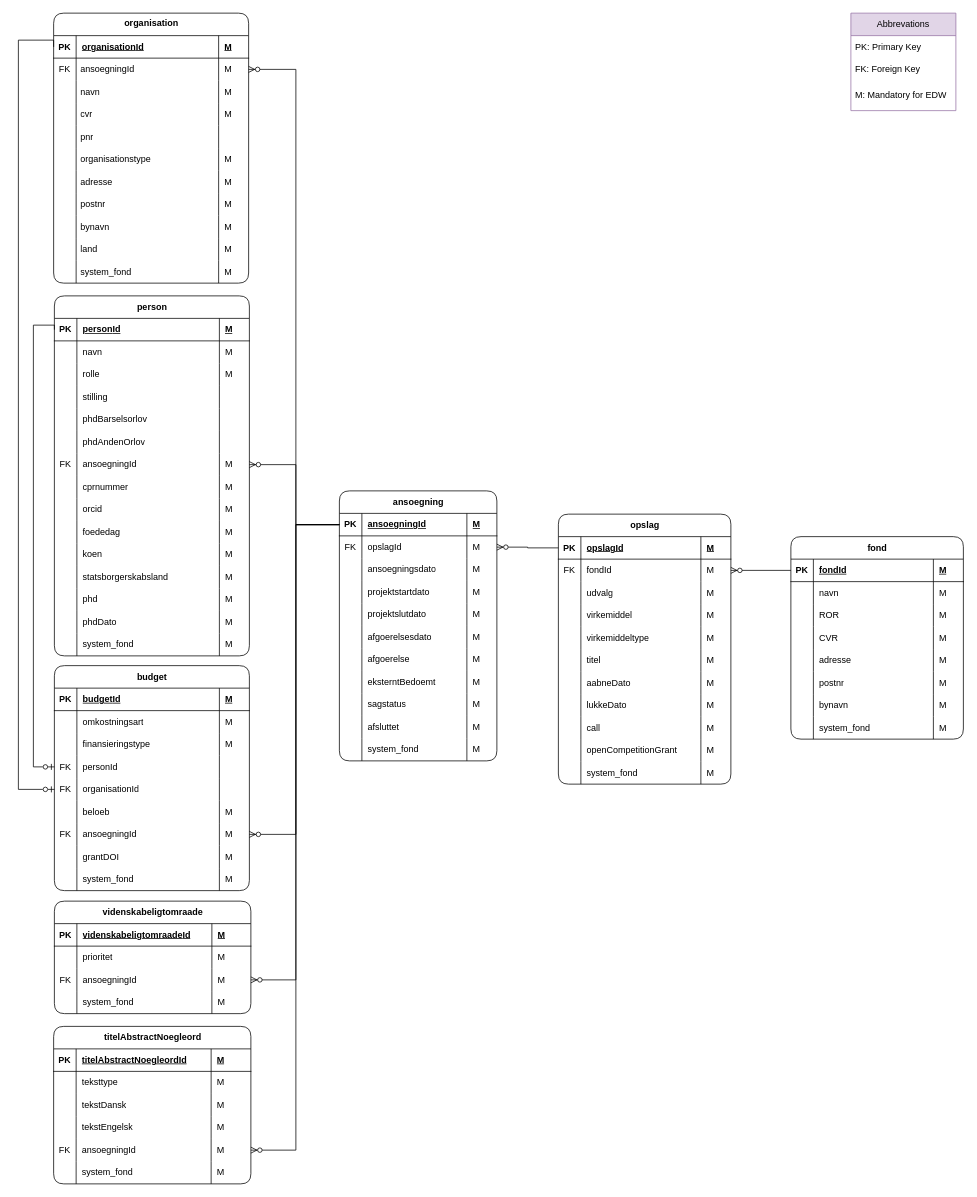
Earlier version of the draw.io diagram page "Ny EDW" (4 of 5) of Grants model.drawio (thomas-lange-dk/Grants). Source tidied: cells renumbered, new cells numbered last; positions are measured from the earlier drawing's top-left corner, leaving out a move shared by most shapes. Both pictures are drawn from the tidied source at 75%, with x=0, y=0 at pixel (18, 13).
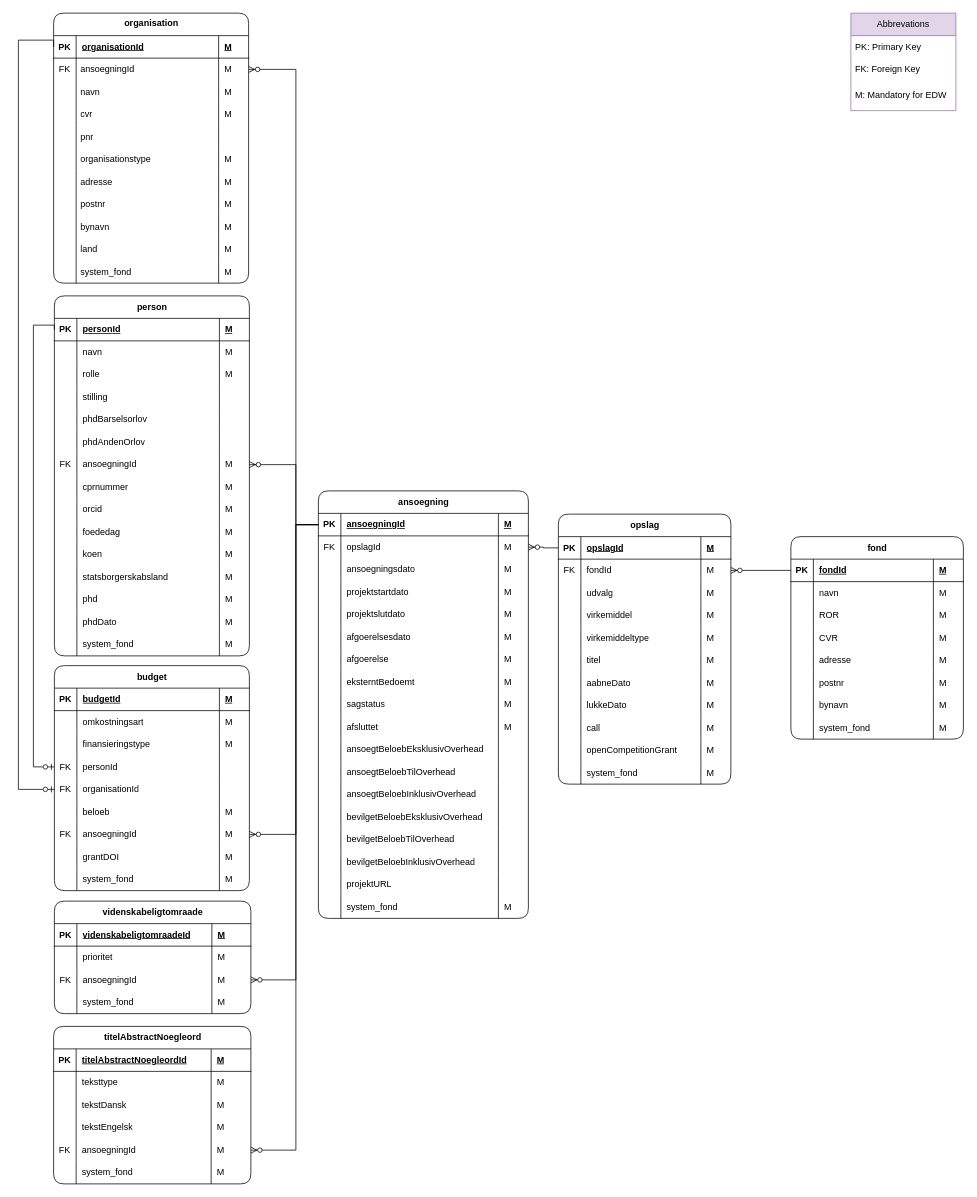
Above is the later version.

What changed in the source:
```diff
@@
     <mxCell id="139" value="ansoegning" style="shape=table;startSize=30;childLayout=tableLayout;rowLines=0;fontStyle=1;align=center;html=1;swimlaneLine=1;shadow=0;rounded=1;swimlaneFillColor=none;" parent="1" vertex="1">
-      <mxGeometry x="428" y="637" width="210" height="360" as="geometry" />
+      <mxGeometry x="400" y="637" width="280" height="570" as="geometry" />
     </mxCell>
     <mxCell id="140" style="shape=tableRow;horizontal=0;startSize=0;swimlaneHead=0;swimlaneBody=0;fillColor=none;points=[[0,0.5],[1,0.5]];portConstraint=eastwest;top=0;left=0;right=0;bottom=1;shadow=0;" parent="139" vertex="1">
-      <mxGeometry y="30" width="210" height="30" as="geometry" />
+      <mxGeometry y="30" width="280" height="30" as="geometry" />
     </mxCell>
@@
     <mxCell id="142" value="&lt;span style=&quot;text-align: center; text-wrap-mode: nowrap;&quot;&gt;ansoegning&lt;/span&gt;Id" style="shape=partialRectangle;fillColor=none;top=0;left=0;bottom=0;right=0;align=left;spacingLeft=6;fontStyle=5;overflow=hidden;whiteSpace=wrap;html=1;shadow=0;" parent="140" vertex="1">
-      <mxGeometry x="30" width="140" height="30" as="geometry" />
+      <mxGeometry x="30" width="210" height="30" as="geometry" />
     </mxCell>
     <mxCell id="143" value="M" style="shape=partialRectangle;fillColor=none;top=0;left=0;bottom=0;right=0;align=left;spacingLeft=6;fontStyle=5;overflow=hidden;whiteSpace=wrap;html=1;shadow=0;" parent="140" vertex="1">
-      <mxGeometry x="170" width="40" height="30" as="geometry" />
+      <mxGeometry x="240" width="40" height="30" as="geometry" />
     </mxCell>
     <mxCell id="144" style="shape=tableRow;horizontal=0;startSize=0;swimlaneHead=0;swimlaneBody=0;fillColor=none;top=0;left=0;right=0;bottom=0;shadow=0;" parent="139" vertex="1">
-      <mxGeometry y="60" width="210" height="30" as="geometry" />
+      <mxGeometry y="60" width="280" height="30" as="geometry" />
     </mxCell>
@@
     <mxCell id="146" value="opslagId" style="shape=partialRectangle;fillColor=none;top=0;left=0;bottom=0;right=0;align=left;spacingLeft=6;overflow=hidden;whiteSpace=wrap;html=1;shadow=0;" parent="144" vertex="1">
-      <mxGeometry x="30" width="140" height="30" as="geometry" />
+      <mxGeometry x="30" width="210" height="30" as="geometry" />
     </mxCell>
     <mxCell id="147" value="M" style="shape=partialRectangle;fillColor=none;top=0;left=0;bottom=0;right=0;align=left;spacingLeft=6;overflow=hidden;whiteSpace=wrap;html=1;shadow=0;" parent="144" vertex="1">
-      <mxGeometry x="170" width="40" height="30" as="geometry" />
+      <mxGeometry x="240" width="40" height="30" as="geometry" />
     </mxCell>
     <mxCell id="148" style="shape=tableRow;horizontal=0;startSize=0;swimlaneHead=0;swimlaneBody=0;fillColor=none;top=0;left=0;right=0;bottom=0;shadow=0;" parent="139" vertex="1">
-      <mxGeometry y="90" width="210" height="30" as="geometry" />
+      <mxGeometry y="90" width="280" height="30" as="geometry" />
     </mxCell>
@@
     <mxCell id="150" value="ansoegningsdato" style="shape=partialRectangle;fillColor=none;top=0;left=0;bottom=0;right=0;align=left;spacingLeft=6;overflow=hidden;whiteSpace=wrap;html=1;shadow=0;" parent="148" vertex="1">
-      <mxGeometry x="30" width="140" height="30" as="geometry" />
+      <mxGeometry x="30" width="210" height="30" as="geometry" />
     </mxCell>
     <mxCell id="151" value="M" style="shape=partialRectangle;fillColor=none;top=0;left=0;bottom=0;right=0;align=left;spacingLeft=6;overflow=hidden;whiteSpace=wrap;html=1;shadow=0;" parent="148" vertex="1">
-      <mxGeometry x="170" width="40" height="30" as="geometry" />
+      <mxGeometry x="240" width="40" height="30" as="geometry" />
     </mxCell>
     <mxCell id="152" style="shape=tableRow;horizontal=0;startSize=0;swimlaneHead=0;swimlaneBody=0;fillColor=none;top=0;left=0;right=0;bottom=0;shadow=0;" parent="139" vertex="1">
-      <mxGeometry y="120" width="210" height="30" as="geometry" />
+      <mxGeometry y="120" width="280" height="30" as="geometry" />
     </mxCell>
@@
     <mxCell id="154" value="projektstartdato" style="shape=partialRectangle;fillColor=none;top=0;left=0;bottom=0;right=0;align=left;spacingLeft=6;overflow=hidden;whiteSpace=wrap;html=1;shadow=0;" parent="152" vertex="1">
-      <mxGeometry x="30" width="140" height="30" as="geometry" />
+      <mxGeometry x="30" width="210" height="30" as="geometry" />
     </mxCell>
     <mxCell id="155" value="M" style="shape=partialRectangle;fillColor=none;top=0;left=0;bottom=0;right=0;align=left;spacingLeft=6;overflow=hidden;whiteSpace=wrap;html=1;shadow=0;" parent="152" vertex="1">
-      <mxGeometry x="170" width="40" height="30" as="geometry" />
+      <mxGeometry x="240" width="40" height="30" as="geometry" />
     </mxCell>
     <mxCell id="156" style="shape=tableRow;horizontal=0;startSize=0;swimlaneHead=0;swimlaneBody=0;fillColor=none;top=0;left=0;right=0;bottom=0;shadow=0;" parent="139" vertex="1">
-      <mxGeometry y="150" width="210" height="30" as="geometry" />
+      <mxGeometry y="150" width="280" height="30" as="geometry" />
     </mxCell>
@@
     <mxCell id="158" value="projektslutdato" style="shape=partialRectangle;fillColor=none;top=0;left=0;bottom=0;right=0;align=left;spacingLeft=6;overflow=hidden;whiteSpace=wrap;html=1;shadow=0;" parent="156" vertex="1">
-      <mxGeometry x="30" width="140" height="30" as="geometry" />
+      <mxGeometry x="30" width="210" height="30" as="geometry" />
     </mxCell>
     <mxCell id="159" value="M" style="shape=partialRectangle;fillColor=none;top=0;left=0;bottom=0;right=0;align=left;spacingLeft=6;overflow=hidden;whiteSpace=wrap;html=1;shadow=0;" parent="156" vertex="1">
-      <mxGeometry x="170" width="40" height="30" as="geometry" />
+      <mxGeometry x="240" width="40" height="30" as="geometry" />
     </mxCell>
     <mxCell id="160" style="shape=tableRow;horizontal=0;startSize=0;swimlaneHead=0;swimlaneBody=0;fillColor=none;top=0;left=0;right=0;bottom=0;shadow=0;" parent="139" vertex="1">
-      <mxGeometry y="180" width="210" height="30" as="geometry" />
+      <mxGeometry y="180" width="280" height="30" as="geometry" />
     </mxCell>
@@
     <mxCell id="162" value="afgoerelsesdato" style="shape=partialRectangle;fillColor=none;top=0;left=0;bottom=0;right=0;align=left;spacingLeft=6;overflow=hidden;whiteSpace=wrap;html=1;shadow=0;" parent="160" vertex="1">
-      <mxGeometry x="30" width="140" height="30" as="geometry" />
+      <mxGeometry x="30" width="210" height="30" as="geometry" />
     </mxCell>
     <mxCell id="163" value="M" style="shape=partialRectangle;fillColor=none;top=0;left=0;bottom=0;right=0;align=left;spacingLeft=6;overflow=hidden;whiteSpace=wrap;html=1;shadow=0;" parent="160" vertex="1">
-      <mxGeometry x="170" width="40" height="30" as="geometry" />
+      <mxGeometry x="240" width="40" height="30" as="geometry" />
     </mxCell>
     <mxCell id="164" style="shape=tableRow;horizontal=0;startSize=0;swimlaneHead=0;swimlaneBody=0;fillColor=none;top=0;left=0;right=0;bottom=0;shadow=0;" parent="139" vertex="1">
-      <mxGeometry y="210" width="210" height="30" as="geometry" />
+      <mxGeometry y="210" width="280" height="30" as="geometry" />
     </mxCell>
@@
     <mxCell id="166" value="afgoerelse" style="shape=partialRectangle;fillColor=none;top=0;left=0;bottom=0;right=0;align=left;spacingLeft=6;overflow=hidden;whiteSpace=wrap;html=1;shadow=0;" parent="164" vertex="1">
-      <mxGeometry x="30" width="140" height="30" as="geometry" />
+      <mxGeometry x="30" width="210" height="30" as="geometry" />
     </mxCell>
     <mxCell id="167" value="M" style="shape=partialRectangle;fillColor=none;top=0;left=0;bottom=0;right=0;align=left;spacingLeft=6;overflow=hidden;whiteSpace=wrap;html=1;shadow=0;" parent="164" vertex="1">
-      <mxGeometry x="170" width="40" height="30" as="geometry" />
+      <mxGeometry x="240" width="40" height="30" as="geometry" />
     </mxCell>
     <mxCell id="168" style="shape=tableRow;horizontal=0;startSize=0;swimlaneHead=0;swimlaneBody=0;fillColor=none;top=0;left=0;right=0;bottom=0;shadow=0;" parent="139" vertex="1">
-      <mxGeometry y="240" width="210" height="30" as="geometry" />
+      <mxGeometry y="240" width="280" height="30" as="geometry" />
     </mxCell>
@@
     <mxCell id="170" value="eksterntBedoemt" style="shape=partialRectangle;fillColor=none;top=0;left=0;bottom=0;right=0;align=left;spacingLeft=6;overflow=hidden;whiteSpace=wrap;html=1;shadow=0;" parent="168" vertex="1">
-      <mxGeometry x="30" width="140" height="30" as="geometry" />
+      <mxGeometry x="30" width="210" height="30" as="geometry" />
     </mxCell>
     <mxCell id="171" value="M" style="shape=partialRectangle;fillColor=none;top=0;left=0;bottom=0;right=0;align=left;spacingLeft=6;overflow=hidden;whiteSpace=wrap;html=1;shadow=0;" parent="168" vertex="1">
-      <mxGeometry x="170" width="40" height="30" as="geometry" />
+      <mxGeometry x="240" width="40" height="30" as="geometry" />
     </mxCell>
     <mxCell id="172" style="shape=tableRow;horizontal=0;startSize=0;swimlaneHead=0;swimlaneBody=0;fillColor=none;top=0;left=0;right=0;bottom=0;shadow=0;" parent="139" vertex="1">
-      <mxGeometry y="270" width="210" height="30" as="geometry" />
+      <mxGeometry y="270" width="280" height="30" as="geometry" />
     </mxCell>
@@
     <mxCell id="174" value="sagstatus" style="shape=partialRectangle;fillColor=none;top=0;left=0;bottom=0;right=0;align=left;spacingLeft=6;overflow=hidden;whiteSpace=wrap;html=1;shadow=0;" parent="172" vertex="1">
-      <mxGeometry x="30" width="140" height="30" as="geometry" />
+      <mxGeometry x="30" width="210" height="30" as="geometry" />
     </mxCell>
     <mxCell id="175" value="M" style="shape=partialRectangle;fillColor=none;top=0;left=0;bottom=0;right=0;align=left;spacingLeft=6;overflow=hidden;whiteSpace=wrap;html=1;shadow=0;" parent="172" vertex="1">
-      <mxGeometry x="170" width="40" height="30" as="geometry" />
+      <mxGeometry x="240" width="40" height="30" as="geometry" />
     </mxCell>
     <mxCell id="176" style="shape=tableRow;horizontal=0;startSize=0;swimlaneHead=0;swimlaneBody=0;fillColor=none;top=0;left=0;right=0;bottom=0;shadow=0;" parent="139" vertex="1">
-      <mxGeometry y="300" width="210" height="30" as="geometry" />
+      <mxGeometry y="300" width="280" height="30" as="geometry" />
     </mxCell>
@@
     <mxCell id="178" value="afsluttet" style="shape=partialRectangle;fillColor=none;top=0;left=0;bottom=0;right=0;align=left;spacingLeft=6;overflow=hidden;whiteSpace=wrap;html=1;shadow=0;" parent="176" vertex="1">
-      <mxGeometry x="30" width="140" height="30" as="geometry" />
+      <mxGeometry x="30" width="210" height="30" as="geometry" />
     </mxCell>
     <mxCell id="179" value="M" style="shape=partialRectangle;fillColor=none;top=0;left=0;bottom=0;right=0;align=left;spacingLeft=6;overflow=hidden;whiteSpace=wrap;html=1;shadow=0;" parent="176" vertex="1">
-      <mxGeometry x="170" width="40" height="30" as="geometry" />
+      <mxGeometry x="240" width="40" height="30" as="geometry" />
     </mxCell>
     <mxCell id="180" style="shape=tableRow;horizontal=0;startSize=0;swimlaneHead=0;swimlaneBody=0;fillColor=none;top=0;left=0;right=0;bottom=0;shadow=0;" parent="139" vertex="1">
-      <mxGeometry y="330" width="210" height="30" as="geometry" />
+      <mxGeometry y="330" width="280" height="30" as="geometry" />
     </mxCell>
@@
-    <mxCell id="182" value="system_fond" style="shape=partialRectangle;fillColor=none;top=0;left=0;bottom=0;right=0;align=left;spacingLeft=6;overflow=hidden;whiteSpace=wrap;html=1;shadow=0;" parent="180" vertex="1">
-      <mxGeometry x="30" width="140" height="30" as="geometry" />
+    <mxCell id="182" value="ansoegtBeloebEksklusivOverhead" style="shape=partialRectangle;fillColor=none;top=0;left=0;bottom=0;right=0;align=left;spacingLeft=6;overflow=hidden;whiteSpace=wrap;html=1;shadow=0;" parent="180" vertex="1">
+      <mxGeometry x="30" width="210" height="30" as="geometry" />
     </mxCell>
-    <mxCell id="183" value="M" style="shape=partialRectangle;fillColor=none;top=0;left=0;bottom=0;right=0;align=left;spacingLeft=6;overflow=hidden;whiteSpace=wrap;html=1;shadow=0;" parent="180" vertex="1">
-      <mxGeometry x="170" width="40" height="30" as="geometry" />
+    <mxCell id="183" style="shape=partialRectangle;fillColor=none;top=0;left=0;bottom=0;right=0;align=left;spacingLeft=6;overflow=hidden;whiteSpace=wrap;html=1;shadow=0;" parent="180" vertex="1">
+      <mxGeometry x="240" width="40" height="30" as="geometry" />
     </mxCell>
+    <mxCell id="323" style="shape=tableRow;horizontal=0;startSize=0;swimlaneHead=0;swimlaneBody=0;fillColor=none;top=0;left=0;right=0;bottom=0;shadow=0;" parent="139" vertex="1">
+      <mxGeometry y="360" width="280" height="30" as="geometry" />
+    </mxCell>
+    <mxCell id="324" style="shape=partialRectangle;fillColor=none;top=0;left=0;bottom=0;right=0;overflow=hidden;whiteSpace=wrap;html=1;shadow=0;" parent="323" vertex="1">
+      <mxGeometry width="30" height="30" as="geometry" />
+    </mxCell>
+    <mxCell id="325" value="ansoegtBeloebTilOverhead" style="shape=partialRectangle;fillColor=none;top=0;left=0;bottom=0;right=0;align=left;spacingLeft=6;overflow=hidden;whiteSpace=wrap;html=1;shadow=0;" parent="323" vertex="1">
+      <mxGeometry x="30" width="210" height="30" as="geometry" />
+    </mxCell>
+    <mxCell id="326" style="shape=partialRectangle;fillColor=none;top=0;left=0;bottom=0;right=0;align=left;spacingLeft=6;overflow=hidden;whiteSpace=wrap;html=1;shadow=0;" parent="323" vertex="1">
+      <mxGeometry x="240" width="40" height="30" as="geometry" />
+    </mxCell>
+    <mxCell id="327" style="shape=tableRow;horizontal=0;startSize=0;swimlaneHead=0;swimlaneBody=0;fillColor=none;top=0;left=0;right=0;bottom=0;shadow=0;" parent="139" vertex="1">
+      <mxGeometry y="390" width="280" height="30" as="geometry" />
+    </mxCell>
+    <mxCell id="328" style="shape=partialRectangle;fillColor=none;top=0;left=0;bottom=0;right=0;overflow=hidden;whiteSpace=wrap;html=1;shadow=0;" parent="327" vertex="1">
+      <mxGeometry width="30" height="30" as="geometry" />
+    </mxCell>
+    <mxCell id="329" value="ansoegtBeloebInklusivOverhead" style="shape=partialRectangle;fillColor=none;top=0;left=0;bottom=0;right=0;align=left;spacingLeft=6;overflow=hidden;whiteSpace=wrap;html=1;shadow=0;" parent="327" vertex="1">
+      <mxGeometry x="30" width="210" height="30" as="geometry" />
+    </mxCell>
+    <mxCell id="330" style="shape=partialRectangle;fillColor=none;top=0;left=0;bottom=0;right=0;align=left;spacingLeft=6;overflow=hidden;whiteSpace=wrap;html=1;shadow=0;" parent="327" vertex="1">
+      <mxGeometry x="240" width="40" height="30" as="geometry" />
+    </mxCell>
+    <mxCell id="331" style="shape=tableRow;horizontal=0;startSize=0;swimlaneHead=0;swimlaneBody=0;fillColor=none;top=0;left=0;right=0;bottom=0;shadow=0;" parent="139" vertex="1">
+      <mxGeometry y="420" width="280" height="30" as="geometry" />
+    </mxCell>
+    <mxCell id="332" style="shape=partialRectangle;fillColor=none;top=0;left=0;bottom=0;right=0;overflow=hidden;whiteSpace=wrap;html=1;shadow=0;" parent="331" vertex="1">
+      <mxGeometry width="30" height="30" as="geometry" />
+    </mxCell>
+    <mxCell id="333" value="bevilgetBeloebEksklusivOverhead" style="shape=partialRectangle;fillColor=none;top=0;left=0;bottom=0;right=0;align=left;spacingLeft=6;overflow=hidden;whiteSpace=wrap;html=1;shadow=0;" parent="331" vertex="1">
+      <mxGeometry x="30" width="210" height="30" as="geometry" />
+    </mxCell>
+    <mxCell id="334" style="shape=partialRectangle;fillColor=none;top=0;left=0;bottom=0;right=0;align=left;spacingLeft=6;overflow=hidden;whiteSpace=wrap;html=1;shadow=0;" parent="331" vertex="1">
+      <mxGeometry x="240" width="40" height="30" as="geometry" />
+    </mxCell>
+    <mxCell id="335" style="shape=tableRow;horizontal=0;startSize=0;swimlaneHead=0;swimlaneBody=0;fillColor=none;top=0;left=0;right=0;bottom=0;shadow=0;" parent="139" vertex="1">
+      <mxGeometry y="450" width="280" height="30" as="geometry" />
+    </mxCell>
+    <mxCell id="336" style="shape=partialRectangle;fillColor=none;top=0;left=0;bottom=0;right=0;overflow=hidden;whiteSpace=wrap;html=1;shadow=0;" parent="335" vertex="1">
+      <mxGeometry width="30" height="30" as="geometry" />
+    </mxCell>
+    <mxCell id="337" value="bevilgetBeloebTilOverhead" style="shape=partialRectangle;fillColor=none;top=0;left=0;bottom=0;right=0;align=left;spacingLeft=6;overflow=hidden;whiteSpace=wrap;html=1;shadow=0;" parent="335" vertex="1">
+      <mxGeometry x="30" width="210" height="30" as="geometry" />
+    </mxCell>
+    <mxCell id="338" style="shape=partialRectangle;fillColor=none;top=0;left=0;bottom=0;right=0;align=left;spacingLeft=6;overflow=hidden;whiteSpace=wrap;html=1;shadow=0;" parent="335" vertex="1">
+      <mxGeometry x="240" width="40" height="30" as="geometry" />
+    </mxCell>
+    <mxCell id="339" style="shape=tableRow;horizontal=0;startSize=0;swimlaneHead=0;swimlaneBody=0;fillColor=none;top=0;left=0;right=0;bottom=0;shadow=0;" parent="139" vertex="1">
+      <mxGeometry y="480" width="280" height="30" as="geometry" />
+    </mxCell>
+    <mxCell id="340" style="shape=partialRectangle;fillColor=none;top=0;left=0;bottom=0;right=0;overflow=hidden;whiteSpace=wrap;html=1;shadow=0;" parent="339" vertex="1">
+      <mxGeometry width="30" height="30" as="geometry" />
+    </mxCell>
+    <mxCell id="341" value="bevilgetBeloebInklusivOverhead" style="shape=partialRectangle;fillColor=none;top=0;left=0;bottom=0;right=0;align=left;spacingLeft=6;overflow=hidden;whiteSpace=wrap;html=1;shadow=0;" parent="339" vertex="1">
+      <mxGeometry x="30" width="210" height="30" as="geometry" />
+    </mxCell>
+    <mxCell id="342" style="shape=partialRectangle;fillColor=none;top=0;left=0;bottom=0;right=0;align=left;spacingLeft=6;overflow=hidden;whiteSpace=wrap;html=1;shadow=0;" parent="339" vertex="1">
+      <mxGeometry x="240" width="40" height="30" as="geometry" />
+    </mxCell>
+    <mxCell id="343" style="shape=tableRow;horizontal=0;startSize=0;swimlaneHead=0;swimlaneBody=0;fillColor=none;top=0;left=0;right=0;bottom=0;shadow=0;" parent="139" vertex="1">
+      <mxGeometry y="510" width="280" height="30" as="geometry" />
+    </mxCell>
+    <mxCell id="344" style="shape=partialRectangle;fillColor=none;top=0;left=0;bottom=0;right=0;overflow=hidden;whiteSpace=wrap;html=1;shadow=0;" parent="343" vertex="1">
+      <mxGeometry width="30" height="30" as="geometry" />
+    </mxCell>
+    <mxCell id="345" value="projektURL" style="shape=partialRectangle;fillColor=none;top=0;left=0;bottom=0;right=0;align=left;spacingLeft=6;overflow=hidden;whiteSpace=wrap;html=1;shadow=0;" parent="343" vertex="1">
+      <mxGeometry x="30" width="210" height="30" as="geometry" />
+    </mxCell>
+    <mxCell id="346" style="shape=partialRectangle;fillColor=none;top=0;left=0;bottom=0;right=0;align=left;spacingLeft=6;overflow=hidden;whiteSpace=wrap;html=1;shadow=0;" parent="343" vertex="1">
+      <mxGeometry x="240" width="40" height="30" as="geometry" />
+    </mxCell>
+    <mxCell id="347" style="shape=tableRow;horizontal=0;startSize=0;swimlaneHead=0;swimlaneBody=0;fillColor=none;top=0;left=0;right=0;bottom=0;shadow=0;" parent="139" vertex="1">
+      <mxGeometry y="540" width="280" height="30" as="geometry" />
+    </mxCell>
+    <mxCell id="348" style="shape=partialRectangle;fillColor=none;top=0;left=0;bottom=0;right=0;overflow=hidden;whiteSpace=wrap;html=1;shadow=0;" parent="347" vertex="1">
+      <mxGeometry width="30" height="30" as="geometry" />
+    </mxCell>
+    <mxCell id="349" value="system_fond" style="shape=partialRectangle;fillColor=none;top=0;left=0;bottom=0;right=0;align=left;spacingLeft=6;overflow=hidden;whiteSpace=wrap;html=1;shadow=0;" parent="347" vertex="1">
+      <mxGeometry x="30" width="210" height="30" as="geometry" />
+    </mxCell>
+    <mxCell id="350" value="M" style="shape=partialRectangle;fillColor=none;top=0;left=0;bottom=0;right=0;align=left;spacingLeft=6;overflow=hidden;whiteSpace=wrap;html=1;shadow=0;" parent="347" vertex="1">
+      <mxGeometry x="240" width="40" height="30" as="geometry" />
+    </mxCell>
```
